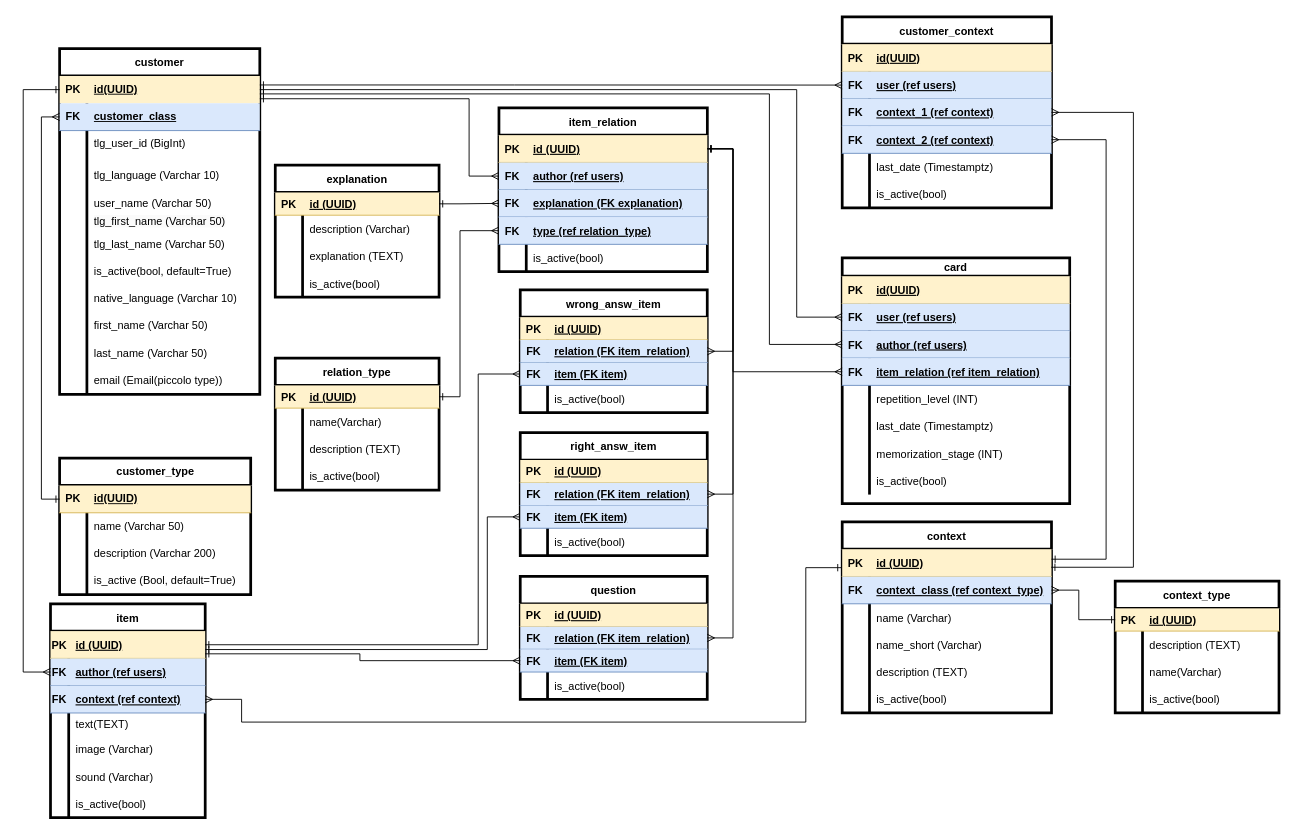
Above: doc/db_structure.drawio in essayNEXT/REPETITOR (draw.io), before the change. Source tidied: cells renumbered, new cells numbered last; positions are measured from the earlier drawing's top-left corner, leaving out a move shared by most shapes. Both pictures are drawn from the tidied source at 91%, with x=0, y=0 at pixel (23, 16).
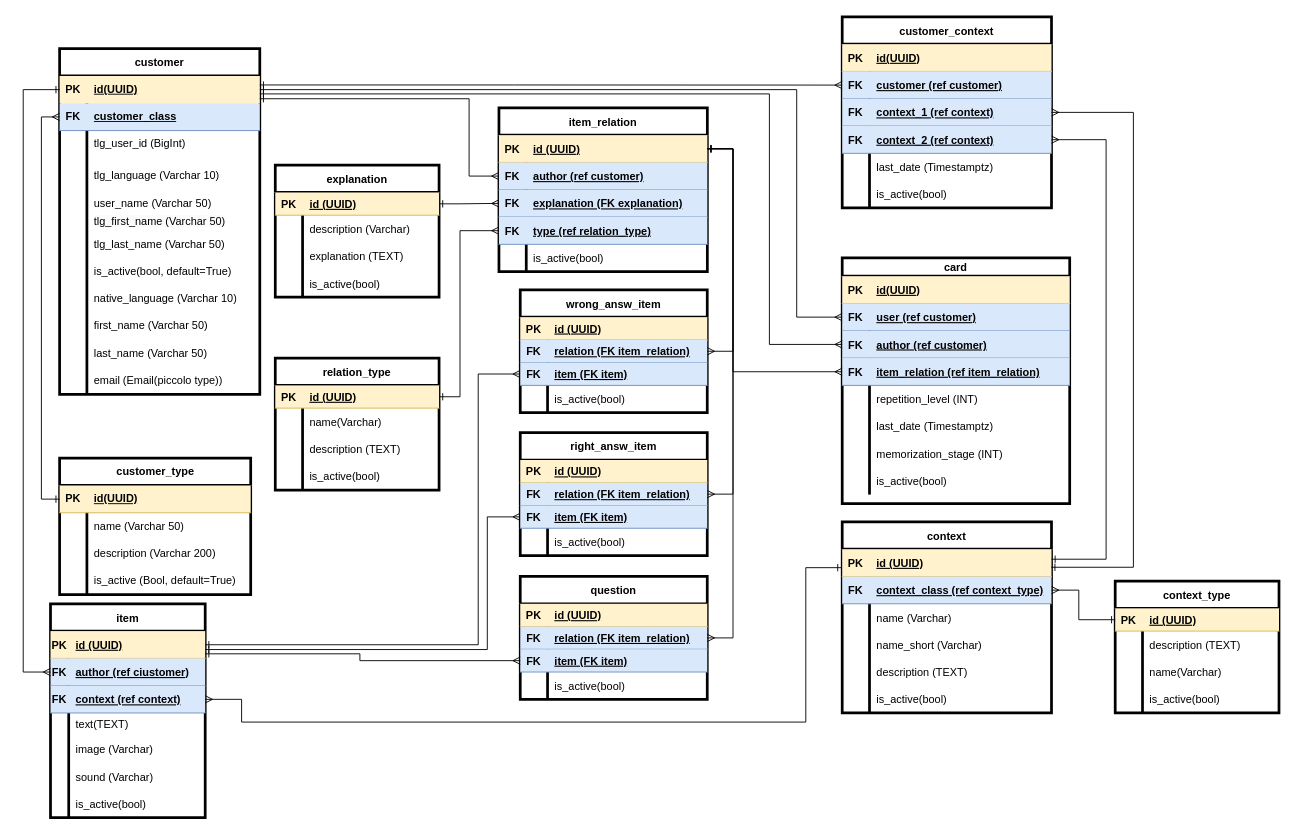
The same page after the edit.

The change refers to these unchanged cells:
```xml
<mxCell id="57" style="shape=tableRow;horizontal=0;startSize=0;swimlaneHead=0;swimlaneBody=0;fillColor=#dae8fc;points=[[0,0.5],[1,0.5]];portConstraint=eastwest;top=0;left=0;right=0;bottom=1;strokeColor=#6c8ebf;" parent="53" vertex="1">
  <mxGeometry y="60" width="170" height="30" as="geometry" />
</mxCell>
<mxCell id="79" style="shape=tableRow;horizontal=0;startSize=0;swimlaneHead=0;swimlaneBody=0;fillColor=#dae8fc;points=[[0,0.5],[1,0.5]];portConstraint=eastwest;top=0;left=0;right=0;bottom=1;strokeColor=#6c8ebf;" parent="75" vertex="1">
  <mxGeometry y="60" width="229" height="30" as="geometry" />
</mxCell>
<mxCell id="95" style="shape=tableRow;horizontal=0;startSize=0;swimlaneHead=0;swimlaneBody=0;fillColor=#dae8fc;points=[[0,0.5],[1,0.5]];portConstraint=eastwest;top=0;left=0;right=0;bottom=1;strokeColor=#6c8ebf;" parent="91" vertex="1">
  <mxGeometry y="50" width="250" height="30" as="geometry" />
</mxCell>
<mxCell id="98" style="shape=tableRow;horizontal=0;startSize=0;swimlaneHead=0;swimlaneBody=0;fillColor=#dae8fc;points=[[0,0.5],[1,0.5]];portConstraint=eastwest;top=0;left=0;right=0;bottom=1;strokeColor=#6c8ebf;" parent="91" vertex="1">
  <mxGeometry y="80" width="250" height="30" as="geometry" />
</mxCell>
<mxCell id="120" style="shape=tableRow;horizontal=0;startSize=0;swimlaneHead=0;swimlaneBody=0;fillColor=#dae8fc;points=[[0,0.5],[1,0.5]];portConstraint=eastwest;top=0;left=0;right=0;bottom=1;strokeColor=#6c8ebf;" parent="116" vertex="1">
  <mxGeometry y="60" width="230" height="30" as="geometry" />
</mxCell>
```

What changed in the source:
```diff
@@
-    <mxCell id="59" value="author (ref users)" style="shape=partialRectangle;fillColor=none;top=0;left=0;bottom=0;right=0;align=left;spacingLeft=6;fontStyle=5;overflow=hidden;" parent="57" vertex="1">
+    <mxCell id="59" value="author (ref ciustomer)" style="shape=partialRectangle;fillColor=none;top=0;left=0;bottom=0;right=0;align=left;spacingLeft=6;fontStyle=5;overflow=hidden;" parent="57" vertex="1">
       <mxGeometry x="20" width="150" height="30" as="geometry" />
     </mxCell>
@@
-    <mxCell id="81" value="author (ref users)" style="shape=partialRectangle;fillColor=none;top=0;left=0;bottom=0;right=0;align=left;spacingLeft=6;fontStyle=5;overflow=hidden;" parent="79" vertex="1">
+    <mxCell id="81" value="author (ref customer)" style="shape=partialRectangle;fillColor=none;top=0;left=0;bottom=0;right=0;align=left;spacingLeft=6;fontStyle=5;overflow=hidden;" parent="79" vertex="1">
       <mxGeometry x="30" width="199" height="30" as="geometry" />
     </mxCell>
@@
-    <mxCell id="97" value="user (ref users)" style="shape=partialRectangle;fillColor=none;top=0;left=0;bottom=0;right=0;align=left;spacingLeft=6;fontStyle=5;overflow=hidden;" parent="95" vertex="1">
+    <mxCell id="97" value="user (ref customer)" style="shape=partialRectangle;fillColor=none;top=0;left=0;bottom=0;right=0;align=left;spacingLeft=6;fontStyle=5;overflow=hidden;" parent="95" vertex="1">
       <mxGeometry x="30" width="220" height="30" as="geometry" />
     </mxCell>
@@
-    <mxCell id="100" value="author (ref users)" style="shape=partialRectangle;fillColor=none;top=0;left=0;bottom=0;right=0;align=left;spacingLeft=6;fontStyle=5;overflow=hidden;" parent="98" vertex="1">
+    <mxCell id="100" value="author (ref customer)" style="shape=partialRectangle;fillColor=none;top=0;left=0;bottom=0;right=0;align=left;spacingLeft=6;fontStyle=5;overflow=hidden;" parent="98" vertex="1">
       <mxGeometry x="30" width="220" height="30" as="geometry" />
     </mxCell>
@@
-    <mxCell id="122" value="user (ref users)" style="shape=partialRectangle;fillColor=none;top=0;left=0;bottom=0;right=0;align=left;spacingLeft=6;fontStyle=5;overflow=hidden;" parent="120" vertex="1">
+    <mxCell id="122" value="customer (ref customer)" style="shape=partialRectangle;fillColor=none;top=0;left=0;bottom=0;right=0;align=left;spacingLeft=6;fontStyle=5;overflow=hidden;" parent="120" vertex="1">
       <mxGeometry x="30" width="200" height="30" as="geometry" />
     </mxCell>
```
